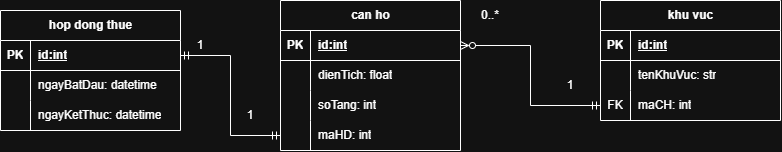
The draw.io diagram b3/b3ss16.drawio.png in thanhcatthugian/K25_CNTT1_IT105_B25DTCN140_QuachTranAnh_Session16_Ex03, before a commit. Source tidied: cells renumbered, new cells last; positions are measured from the earlier drawing's top-left corner, leaving out a move shared by most shapes.
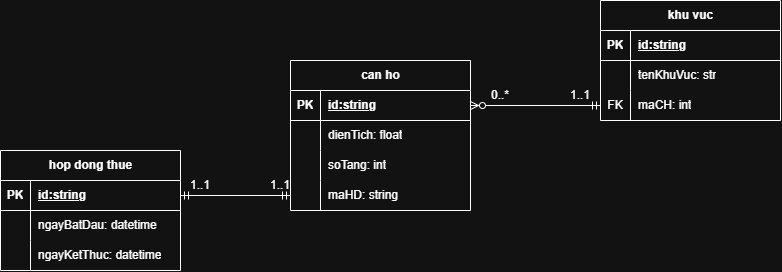
Later version of the same file.

The edit, as a diff of the source:
```diff
@@ -3,7 +3,7 @@
     <mxCell id="0" />
     <mxCell id="1" parent="0" />
     <mxCell id="2" value="hop dong thue" style="shape=table;startSize=30;rowLines=0;fontStyle=1;align=center;html=1;" parent="1" vertex="1">
-      <mxGeometry y="10" width="180" height="120" as="geometry" />
+      <mxGeometry x="-10" y="90" width="180" height="120" as="geometry" />
     </mxCell>
     <mxCell id="3" style="shape=tableRow;horizontal=0;startSize=0;swimlaneHead=0;swimlaneBody=0;fillColor=none;points=[[0,0.5],[1,0.5]];portConstraint=eastwest;top=0;left=0;right=0;bottom=1;" parent="2" vertex="1">
       <mxGeometry y="30" width="180" height="30" as="geometry" />
@@ -11,7 +11,7 @@
     <mxCell id="4" value="PK" style="shape=partialRectangle;fillColor=none;top=0;left=0;bottom=0;right=0;fontStyle=1;overflow=hidden;whiteSpace=wrap;html=1;" parent="3" vertex="1">
       <mxGeometry width="30" height="30" as="geometry" />
     </mxCell>
-    <mxCell id="5" value="id:int" style="shape=partialRectangle;fillColor=none;top=0;left=0;bottom=0;right=0;align=left;spacingLeft=6;fontStyle=5;overflow=hidden;whiteSpace=wrap;html=1;" parent="3" vertex="1">
+    <mxCell id="5" value="id:string" style="shape=partialRectangle;fillColor=none;top=0;left=0;bottom=0;right=0;align=left;spacingLeft=6;fontStyle=5;overflow=hidden;whiteSpace=wrap;html=1;" parent="3" vertex="1">
       <mxGeometry x="30" width="150" height="30" as="geometry" />
     </mxCell>
     <mxCell id="6" style="shape=tableRow;horizontal=0;startSize=0;swimlaneHead=0;swimlaneBody=0;fillColor=none;top=0;left=0;right=0;bottom=0;" parent="2" vertex="1">
@@ -33,7 +33,7 @@
       <mxGeometry x="30" width="150" height="30" as="geometry" />
     </mxCell>
     <mxCell id="12" value="khu vuc" style="shape=table;startSize=30;rowLines=0;fontStyle=1;align=center;html=1;" parent="1" vertex="1">
-      <mxGeometry x="600" width="180" height="120" as="geometry" />
+      <mxGeometry x="590" y="-60" width="180" height="120" as="geometry" />
     </mxCell>
     <mxCell id="13" style="shape=tableRow;horizontal=0;startSize=0;swimlaneHead=0;swimlaneBody=0;fillColor=none;top=0;left=0;right=0;bottom=1;" parent="12" vertex="1">
       <mxGeometry y="30" width="180" height="30" as="geometry" />
@@ -41,7 +41,7 @@
     <mxCell id="14" value="PK" style="shape=partialRectangle;fillColor=none;top=0;left=0;bottom=0;right=0;fontStyle=1;overflow=hidden;whiteSpace=wrap;html=1;" parent="13" vertex="1">
       <mxGeometry width="30" height="30" as="geometry" />
     </mxCell>
-    <mxCell id="15" value="id:int" style="shape=partialRectangle;fillColor=none;top=0;left=0;bottom=0;right=0;align=left;spacingLeft=6;fontStyle=5;overflow=hidden;whiteSpace=wrap;html=1;" parent="13" vertex="1">
+    <mxCell id="15" value="id:string" style="shape=partialRectangle;fillColor=none;top=0;left=0;bottom=0;right=0;align=left;spacingLeft=6;fontStyle=5;overflow=hidden;whiteSpace=wrap;html=1;" parent="13" vertex="1">
       <mxGeometry x="30" width="150" height="30" as="geometry" />
     </mxCell>
     <mxCell id="16" style="shape=tableRow;horizontal=0;startSize=0;swimlaneHead=0;swimlaneBody=0;fillColor=none;top=0;left=0;right=0;bottom=0;" parent="12" vertex="1">
@@ -71,7 +71,7 @@
     <mxCell id="24" value="PK" style="shape=partialRectangle;fillColor=none;top=0;left=0;bottom=0;right=0;fontStyle=1;overflow=hidden;whiteSpace=wrap;html=1;" parent="23" vertex="1">
       <mxGeometry width="30" height="30" as="geometry" />
     </mxCell>
-    <mxCell id="25" value="id:int" style="shape=partialRectangle;fillColor=none;top=0;left=0;bottom=0;right=0;align=left;spacingLeft=6;fontStyle=5;overflow=hidden;whiteSpace=wrap;html=1;" parent="23" vertex="1">
+    <mxCell id="25" value="id:string" style="shape=partialRectangle;fillColor=none;top=0;left=0;bottom=0;right=0;align=left;spacingLeft=6;fontStyle=5;overflow=hidden;whiteSpace=wrap;html=1;" parent="23" vertex="1">
       <mxGeometry x="30" width="150" height="30" as="geometry" />
     </mxCell>
     <mxCell id="26" style="shape=tableRow;horizontal=0;startSize=0;swimlaneHead=0;swimlaneBody=0;fillColor=none;top=0;left=0;right=0;bottom=0;" parent="22" vertex="1">
@@ -98,7 +98,7 @@
     <mxCell id="33" style="shape=partialRectangle;fillColor=none;top=0;left=0;bottom=0;right=0;overflow=hidden;whiteSpace=wrap;html=1;" parent="32" vertex="1">
       <mxGeometry width="30" height="30" as="geometry" />
     </mxCell>
-    <mxCell id="34" value="maHD: int" style="shape=partialRectangle;fillColor=none;top=0;left=0;bottom=0;right=0;align=left;spacingLeft=6;overflow=hidden;whiteSpace=wrap;html=1;" parent="32" vertex="1">
+    <mxCell id="34" value="maHD: string" style="shape=partialRectangle;fillColor=none;top=0;left=0;bottom=0;right=0;align=left;spacingLeft=6;overflow=hidden;whiteSpace=wrap;html=1;" parent="32" vertex="1">
       <mxGeometry x="30" width="150" height="30" as="geometry" />
     </mxCell>
     <mxCell id="35" style="edgeStyle=orthogonalEdgeStyle;rounded=0;jettySize=auto;html=1;entryX=0;entryY=0.5;entryDx=0;entryDy=0;endArrow=ERmandOne;endFill=0;startArrow=ERzeroToMany;startFill=0;" parent="1" edge="1" source="23" target="19">
@@ -108,16 +108,16 @@
       <mxGeometry relative="1" as="geometry" />
     </mxCell>
     <mxCell id="37" value="0..*" style="text;html=1;whiteSpace=wrap;strokeColor=none;fillColor=none;align=center;verticalAlign=middle;rounded=0;" parent="1" vertex="1">
-      <mxGeometry x="460" width="60" height="30" as="geometry" />
+      <mxGeometry x="460" y="20" width="60" height="30" as="geometry" />
     </mxCell>
-    <mxCell id="38" value="1" style="text;html=1;whiteSpace=wrap;strokeColor=none;fillColor=none;align=center;verticalAlign=middle;rounded=0;" parent="1" vertex="1">
-      <mxGeometry x="170" y="30" width="60" height="30" as="geometry" />
+    <mxCell id="38" value="1..1" style="text;html=1;whiteSpace=wrap;strokeColor=none;fillColor=none;align=center;verticalAlign=middle;rounded=0;" parent="1" vertex="1">
+      <mxGeometry x="160" y="110" width="60" height="30" as="geometry" />
     </mxCell>
-    <mxCell id="39" value="1" style="text;html=1;whiteSpace=wrap;strokeColor=none;fillColor=none;align=center;verticalAlign=middle;rounded=0;" parent="1" vertex="1">
-      <mxGeometry x="220" y="100" width="60" height="30" as="geometry" />
+    <mxCell id="39" value="1..1" style="text;html=1;whiteSpace=wrap;strokeColor=none;fillColor=none;align=center;verticalAlign=middle;rounded=0;" parent="1" vertex="1">
+      <mxGeometry x="240" y="110" width="60" height="30" as="geometry" />
     </mxCell>
-    <mxCell id="40" value="1" style="text;html=1;whiteSpace=wrap;strokeColor=none;fillColor=none;align=center;verticalAlign=middle;rounded=0;" parent="1" vertex="1">
-      <mxGeometry x="540" y="70" width="60" height="30" as="geometry" />
+    <mxCell id="40" value="1..1" style="text;html=1;whiteSpace=wrap;strokeColor=none;fillColor=none;align=center;verticalAlign=middle;rounded=0;" parent="1" vertex="1">
+      <mxGeometry x="540" y="20" width="60" height="30" as="geometry" />
     </mxCell>
   </root>
 </mxGraphModel>
```
